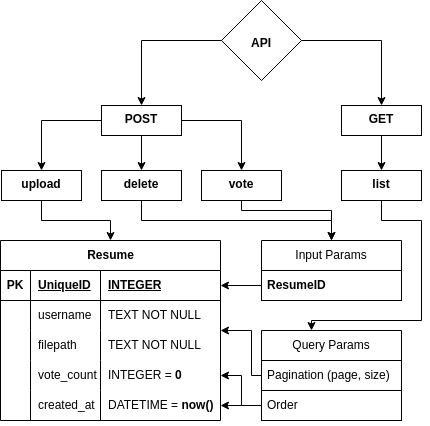
Above: WebDevelopment/MVPProject/static/docs/ProjectStructure.drawio.png in ames0k0/TestWork (draw.io), before the change. Source tidied: cells renumbered, new cells last; positions are measured from the earlier drawing's top-left corner, leaving out a move shared by most shapes.
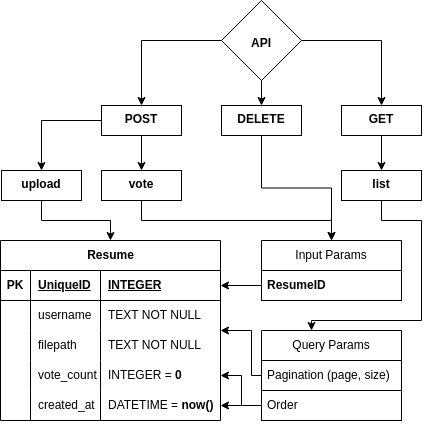
The same diagram one commit later.

Change to the diagram source:
```diff
@@ -71,6 +71,9 @@
     <mxCell id="24" style="edgeStyle=orthogonalEdgeStyle;rounded=0;jettySize=auto;html=1;" parent="1" edge="1" source="25" target="43">
       <mxGeometry relative="1" as="geometry" />
     </mxCell>
+    <mxCell id="49" style="edgeStyle=orthogonalEdgeStyle;rounded=0;jettySize=auto;html=1;" parent="1" edge="1" source="25" target="51">
+      <mxGeometry relative="1" as="geometry" />
+    </mxCell>
     <mxCell id="25" value="&lt;div style=&quot;&quot;&gt;&lt;b style=&quot;background-color: initial;&quot;&gt;&lt;br&gt;&lt;/b&gt;&lt;/div&gt;&lt;div style=&quot;&quot;&gt;&lt;b style=&quot;background-color: initial;&quot;&gt;&lt;br&gt;&lt;/b&gt;&lt;/div&gt;&lt;div style=&quot;&quot;&gt;&lt;b style=&quot;background-color: initial;&quot;&gt;API&lt;/b&gt;&lt;/div&gt;" style="rhombus;whiteSpace=wrap;html=1;verticalAlign=top;align=center;" parent="1" vertex="1">
       <mxGeometry x="221" width="80" height="80" as="geometry" />
     </mxCell>
@@ -88,7 +91,7 @@
         </Array>
       </mxGeometry>
     </mxCell>
-    <mxCell id="29" value="&lt;b&gt;delete&lt;/b&gt;" style="whiteSpace=wrap;html=1;verticalAlign=top;" parent="1" vertex="1">
+    <mxCell id="29" value="&lt;b&gt;vote&lt;/b&gt;" style="whiteSpace=wrap;html=1;verticalAlign=top;" parent="1" vertex="1">
       <mxGeometry x="101" y="170" width="80" height="30" as="geometry" />
     </mxCell>
     <mxCell id="30" style="edgeStyle=orthogonalEdgeStyle;rounded=0;jettySize=auto;html=1;" parent="1" edge="1" source="31" target="33">
@@ -133,9 +136,6 @@
     <mxCell id="39" style="edgeStyle=orthogonalEdgeStyle;rounded=0;jettySize=auto;html=1;" parent="1" edge="1" source="41" target="27">
       <mxGeometry relative="1" as="geometry" />
     </mxCell>
-    <mxCell id="40" style="edgeStyle=orthogonalEdgeStyle;rounded=0;jettySize=auto;html=1;" parent="1" edge="1" source="41" target="45">
-      <mxGeometry relative="1" as="geometry" />
-    </mxCell>
     <mxCell id="41" value="&lt;b&gt;POST&lt;/b&gt;" style="whiteSpace=wrap;html=1;verticalAlign=top;" parent="1" vertex="1">
       <mxGeometry x="101" y="105" width="80" height="30" as="geometry" />
     </mxCell>
@@ -145,17 +145,6 @@
     <mxCell id="43" value="&lt;b&gt;GET&lt;/b&gt;" style="whiteSpace=wrap;html=1;verticalAlign=top;" parent="1" vertex="1">
       <mxGeometry x="341" y="105" width="80" height="30" as="geometry" />
     </mxCell>
-    <mxCell id="44" style="edgeStyle=orthogonalEdgeStyle;rounded=0;jettySize=auto;html=1;" parent="1" edge="1" source="45" target="36">
-      <mxGeometry relative="1" as="geometry">
-        <Array as="points">
-          <mxPoint x="241" y="210" />
-          <mxPoint x="331" y="210" />
-        </Array>
-      </mxGeometry>
-    </mxCell>
-    <mxCell id="45" value="&lt;b&gt;vote&lt;/b&gt;" style="whiteSpace=wrap;html=1;verticalAlign=top;" parent="1" vertex="1">
-      <mxGeometry x="201" y="170" width="80" height="30" as="geometry" />
-    </mxCell>
     <mxCell id="46" style="edgeStyle=orthogonalEdgeStyle;rounded=0;jettySize=auto;html=1;" parent="1" edge="1" source="37" target="3">
       <mxGeometry relative="1" as="geometry" />
     </mxCell>
@@ -170,5 +159,11 @@
     <mxCell id="48" style="edgeStyle=orthogonalEdgeStyle;rounded=0;jettySize=auto;html=1;" parent="1" edge="1" source="35" target="19">
       <mxGeometry relative="1" as="geometry" />
     </mxCell>
+    <mxCell id="50" style="edgeStyle=orthogonalEdgeStyle;rounded=0;jettySize=auto;html=1;entryX=0.5;entryY=0;entryDx=0;entryDy=0;" parent="1" edge="1" source="51" target="36">
+      <mxGeometry relative="1" as="geometry" />
+    </mxCell>
+    <mxCell id="51" value="&lt;b&gt;DELETE&lt;/b&gt;" style="whiteSpace=wrap;html=1;verticalAlign=top;" parent="1" vertex="1">
+      <mxGeometry x="221" y="105" width="80" height="30" as="geometry" />
+    </mxCell>
   </root>
 </mxGraphModel>
```
